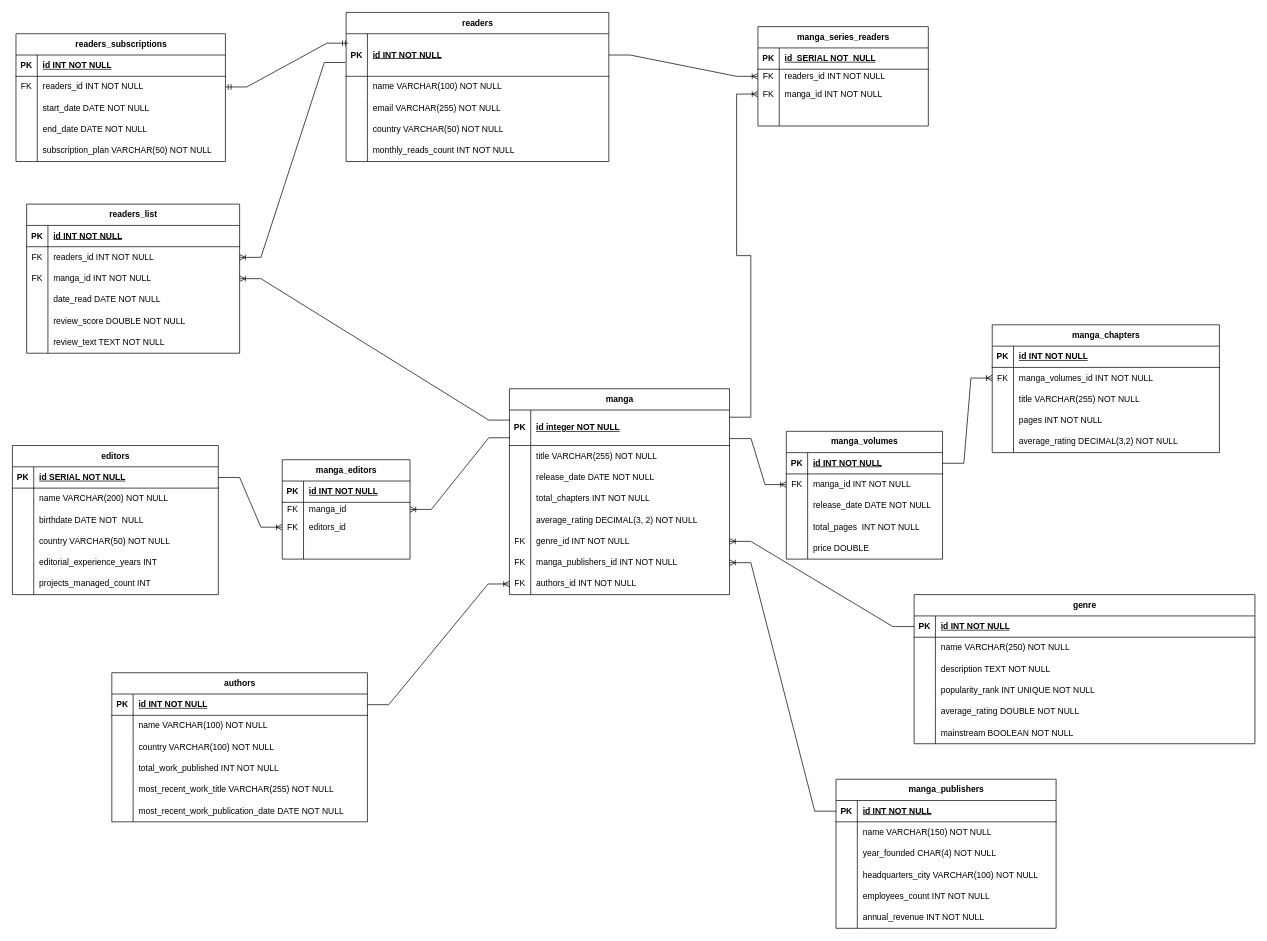
Earlier version of the draw.io diagram model_conceptual.drawio (Celestin9/examen_sem_1.db). Source tidied: cells renumbered, new cells numbered last; positions are measured from the earlier drawing's top-left corner, leaving out a move shared by most shapes. Both pictures are drawn from the tidied source at 71%, with x=0, y=0 at pixel (12, 12).
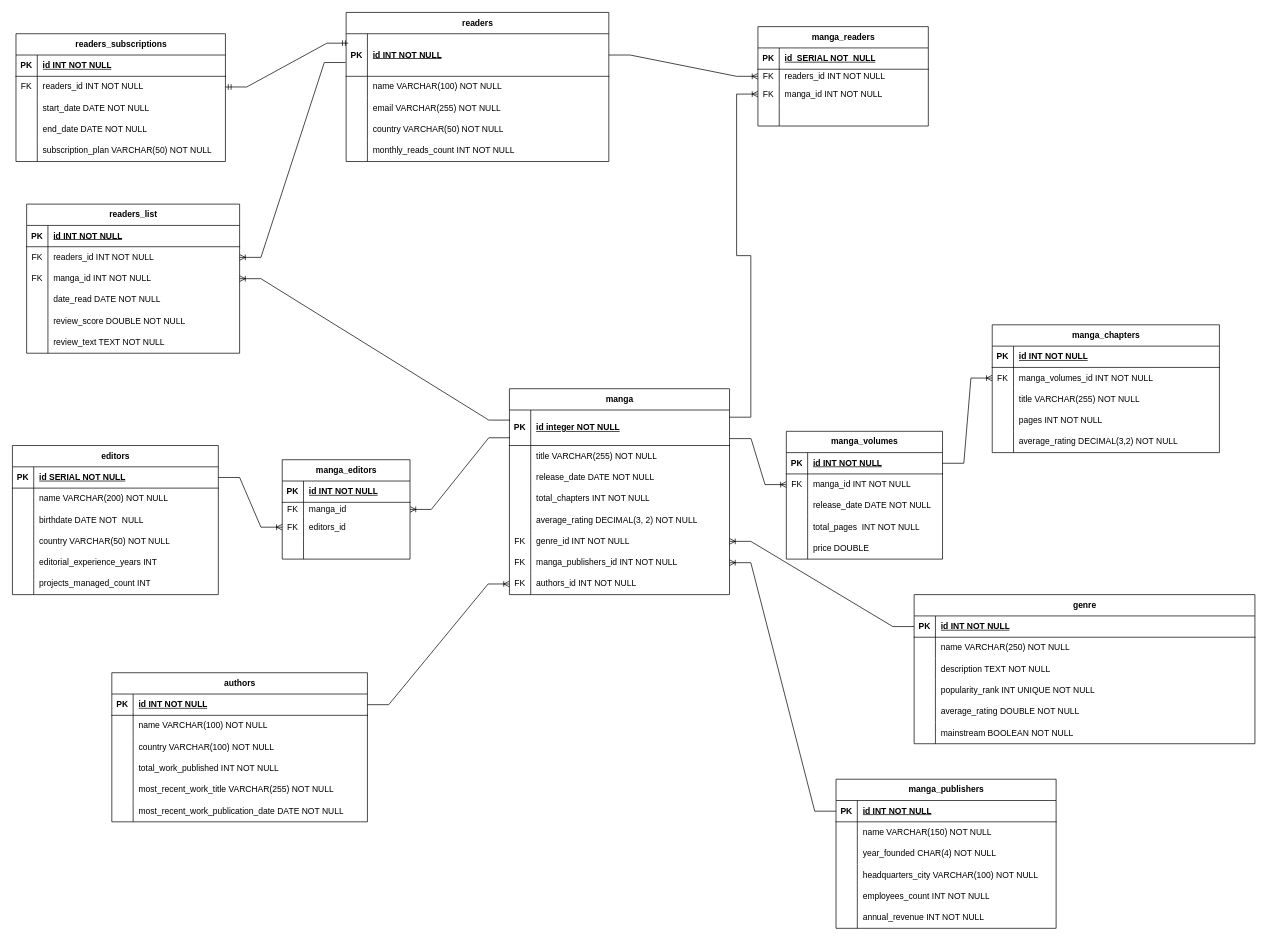
The same diagram, later.

Change to the diagram source:
```diff
@@
-    <mxCell id="77" value="manga_series_readers" style="shape=table;startSize=30;childLayout=tableLayout;rowLines=0;fontStyle=1;align=center;html=1;" parent="1" vertex="1">
+    <mxCell id="77" value="manga_readers" style="shape=table;startSize=30;childLayout=tableLayout;rowLines=0;fontStyle=1;align=center;html=1;" parent="1" vertex="1">
       <mxGeometry x="1050" y="20" width="240" height="140" as="geometry" />
     </mxCell>
```
